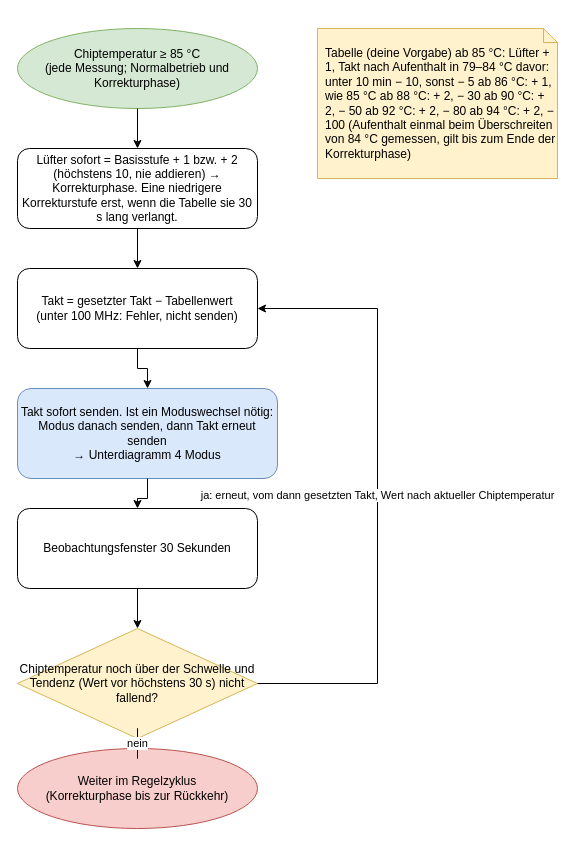
lieferbaer/miner-sentinel keeps this draw.io diagram as page "2 Hohe Chiptemperatur" (2 of 8) of docs/claude/Regelungslogik-Luefter-Takt.drawio. Above is the earlier version. Source tidied: cells renumbered, new cells numbered last; positions are measured from the earlier drawing's top-left corner, leaving out a move shared by most shapes. Both pictures are drawn from the tidied source at 100%, with x=0, y=0 at pixel (17, 28).
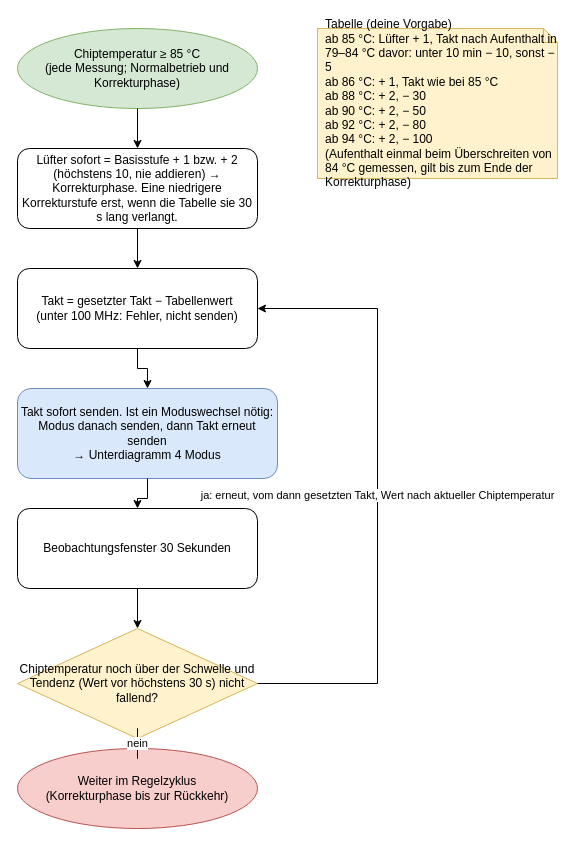
The same diagram, later.

Commit message (it also covers changes not shown here):
v2.0.7: Startpause nach kaltem Start, Diagramm-Umbrüche

Diff of the diagram source:
```diff
@@
 <mxGraphModel>
   <root>
     <mxCell id="0" />
     <mxCell id="1" parent="0" />
     <mxCell id="2" value="Chiptemperatur ≥ 85 °C&lt;br&gt;(jede Messung; Normalbetrieb und Korrekturphase)" style="ellipse;whiteSpace=wrap;html=1;fillColor=#d5e8d4;strokeColor=#82b366;" parent="1" vertex="1">
       <mxGeometry width="240" height="80" as="geometry" />
     </mxCell>
-    <mxCell id="3" value="Tabelle (deine Vorgabe) ab 85 °C: Lüfter + 1, Takt nach Aufenthalt in 79–84 °C davor: unter 10 min − 10, sonst − 5 ab 86 °C: + 1, wie 85 °C ab 88 °C: + 2, − 30 ab 90 °C: + 2, − 50 ab 92 °C: + 2, − 80 ab 94 °C: + 2, − 100 (Aufenthalt einmal beim Überschreiten von 84 °C gemessen, gilt bis zum Ende der Korrekturphase)" style="shape=note;whiteSpace=wrap;html=1;size=14;fillColor=#fff2cc;strokeColor=#d6b656;align=left;spacingLeft=6;" parent="1" vertex="1">
+    <mxCell id="3" value="Tabelle (deine Vorgabe)&lt;br&gt;ab 85 °C: Lüfter + 1, Takt nach Aufenthalt in 79–84 °C davor: unter 10 min − 10, sonst − 5&lt;br&gt;ab 86 °C: + 1, Takt wie bei 85 °C&lt;br&gt;ab 88 °C: + 2, − 30&lt;br&gt;ab 90 °C: + 2, − 50&lt;br&gt;ab 92 °C: + 2, − 80&lt;br&gt;ab 94 °C: + 2, − 100&lt;br&gt;(Aufenthalt einmal beim Überschreiten von 84 °C gemessen, gilt bis zum Ende der Korrekturphase)" style="shape=note;whiteSpace=wrap;html=1;size=14;fillColor=#fff2cc;strokeColor=#d6b656;align=left;spacingLeft=6;" parent="1" vertex="1">
       <mxGeometry x="300" width="240" height="150" as="geometry" />
     </mxCell>
     <mxCell id="4" value="Lüfter sofort = Basisstufe + 1 bzw. + 2 (höchstens 10, nie addieren) → Korrekturphase. Eine niedrigere Korrekturstufe erst, wenn die Tabelle sie 30 s lang verlangt." style="rounded=1;whiteSpace=wrap;html=1;" parent="1" vertex="1">
       <mxGeometry y="120" width="240" height="80" as="geometry" />
     </mxCell>
     <mxCell id="5" value="Takt = gesetzter Takt − Tabellenwert&lt;br&gt;(unter 100 MHz: Fehler, nicht senden)" style="rounded=1;whiteSpace=wrap;html=1;" parent="1" vertex="1">
       <mxGeometry y="240" width="240" height="80" as="geometry" />
     </mxCell>
     <mxCell id="6" value="Takt sofort senden. Ist ein Moduswechsel nötig: Modus danach senden, dann Takt erneut senden&lt;br&gt;→ Unterdiagramm 4 Modus" style="rounded=1;whiteSpace=wrap;html=1;fillColor=#dae8fc;strokeColor=#6c8ebf;" parent="1" vertex="1">
       <mxGeometry y="360" width="260" height="90" as="geometry" />
     </mxCell>
     <mxCell id="7" value="Beobachtungsfenster 30 Sekunden" style="rounded=1;whiteSpace=wrap;html=1;" parent="1" vertex="1">
       <mxGeometry y="480" width="240" height="80" as="geometry" />
     </mxCell>
     <mxCell id="8" value="Chiptemperatur noch über der Schwelle und Tendenz (Wert vor höchstens 30 s) nicht fallend?" style="rhombus;whiteSpace=wrap;html=1;fillColor=#fff2cc;strokeColor=#d6b656;" parent="1" vertex="1">
       <mxGeometry y="600" width="240" height="110" as="geometry" />
     </mxCell>
     <mxCell id="9" value="Weiter im Regelzyklus&lt;br&gt;(Korrekturphase bis zur Rückkehr)" style="ellipse;whiteSpace=wrap;html=1;fillColor=#f8cecc;strokeColor=#b85450;" parent="1" vertex="1">
       <mxGeometry y="720" width="240" height="80" as="geometry" />
     </mxCell>
     <mxCell id="10" style="edgeStyle=orthogonalEdgeStyle;rounded=0;jettySize=auto;html=1;" parent="1" edge="1" source="2" target="4">
       <mxGeometry relative="1" as="geometry" />
     </mxCell>
     <mxCell id="11" style="edgeStyle=orthogonalEdgeStyle;rounded=0;jettySize=auto;html=1;" parent="1" edge="1" source="4" target="5">
       <mxGeometry relative="1" as="geometry" />
     </mxCell>
     <mxCell id="12" style="edgeStyle=orthogonalEdgeStyle;rounded=0;jettySize=auto;html=1;" parent="1" edge="1" source="5" target="6">
       <mxGeometry relative="1" as="geometry" />
     </mxCell>
     <mxCell id="13" style="edgeStyle=orthogonalEdgeStyle;rounded=0;jettySize=auto;html=1;" parent="1" edge="1" source="6" target="7">
       <mxGeometry relative="1" as="geometry" />
     </mxCell>
     <mxCell id="14" style="edgeStyle=orthogonalEdgeStyle;rounded=0;jettySize=auto;html=1;" parent="1" edge="1" source="7" target="8">
       <mxGeometry relative="1" as="geometry" />
     </mxCell>
     <mxCell id="15" value="ja: erneut, vom dann gesetzten Takt, Wert nach aktueller Chiptemperatur" style="edgeStyle=orthogonalEdgeStyle;rounded=0;jettySize=auto;html=1;" parent="1" edge="1" source="8" target="5">
       <mxGeometry relative="1" as="geometry">
         <Array as="points">
           <mxPoint x="360" y="655" />
           <mxPoint x="360" y="280" />
         </Array>
       </mxGeometry>
     </mxCell>
     <mxCell id="16" value="nein" style="edgeStyle=orthogonalEdgeStyle;rounded=0;jettySize=auto;html=1;" parent="1" edge="1" source="8" target="9">
       <mxGeometry relative="1" as="geometry" />
     </mxCell>
   </root>
 </mxGraphModel>
```
